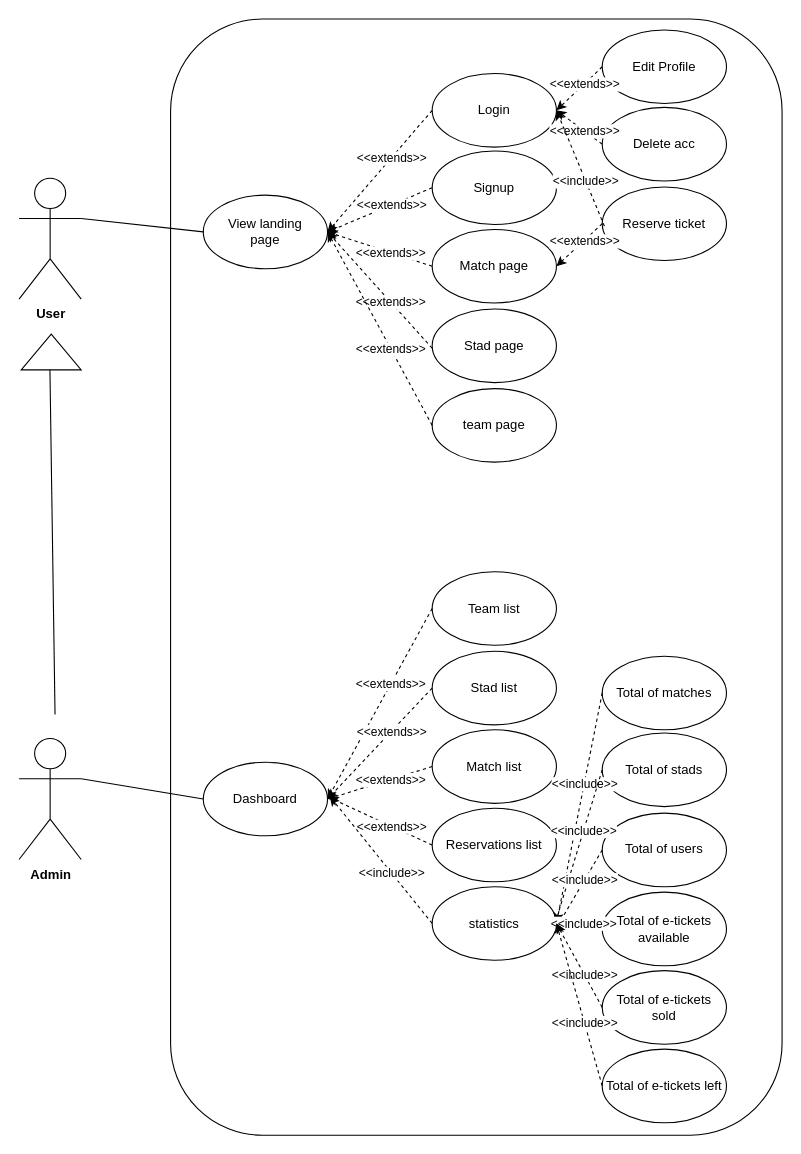
The draw.io diagram page "Page-2" (2 of 3) of UML/class diagram.drawio in ASMAEELKHIRAOUI/FIFA-WC-QATAR22, before the edit. Source tidied: cells renumbered, new cells numbered last; positions are measured from the earlier drawing's top-left corner, leaving out a move shared by most shapes. Both pictures are drawn from the tidied source at 109%, with x=0, y=0 at pixel (19, 19).
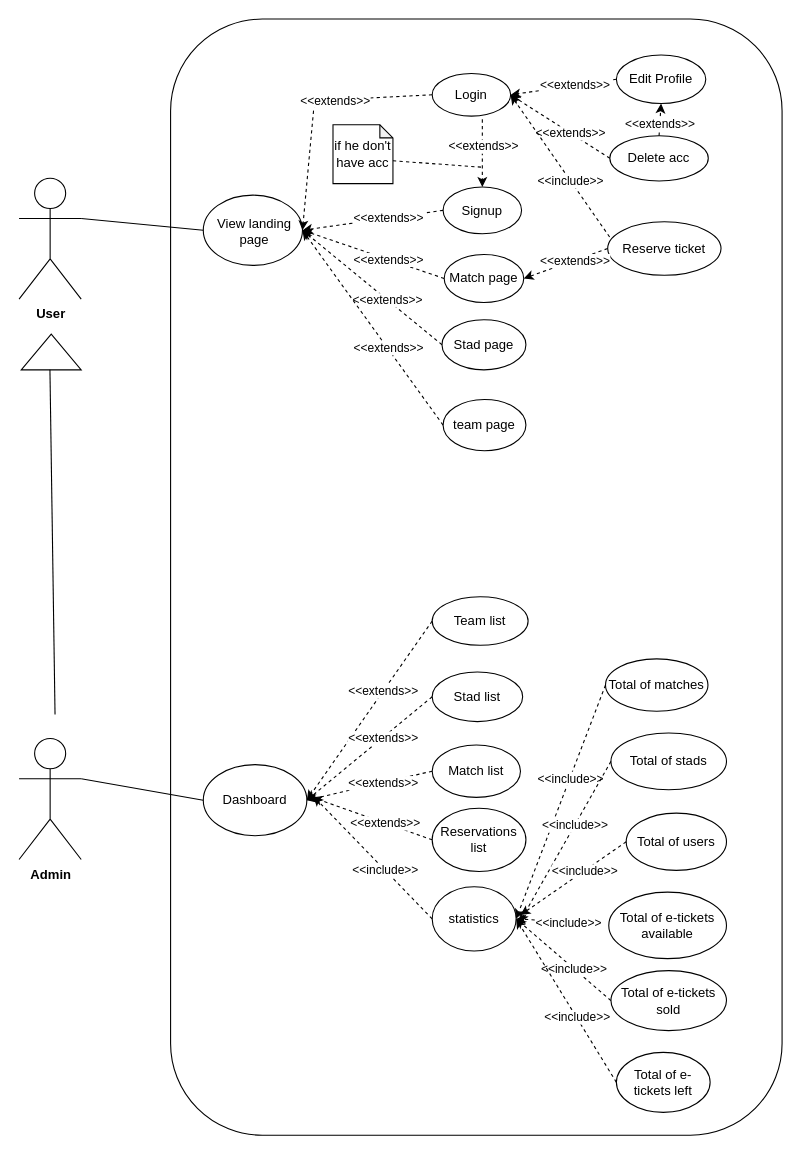
The same page after the edit.

Commit message:
diagramm class | use case | modify

Change to the diagram source:
```diff
@@
     <mxCell id="6" style="ellipse;whiteSpace=wrap;html=1;" parent="1" vertex="1">
-      <mxGeometry x="169" y="161.5" width="114" height="67.5" as="geometry" />
+      <mxGeometry x="169" y="161.5" width="91" height="64.5" as="geometry" />
     </mxCell>
     <mxCell id="7" value="View landing page" style="text;html=1;strokeColor=none;fillColor=none;align=center;verticalAlign=middle;whiteSpace=wrap;rounded=0;" parent="1" vertex="1">
-      <mxGeometry x="188" y="180.2" width="76" height="30" as="geometry" />
+      <mxGeometry x="178" y="180.2" width="76" height="30" as="geometry" />
     </mxCell>
     <mxCell id="8" value="Login" style="ellipse;whiteSpace=wrap;html=1;" parent="1" vertex="1">
-      <mxGeometry x="379" y="50" width="114" height="67.5" as="geometry" />
+      <mxGeometry x="379" y="50" width="72" height="39" as="geometry" />
     </mxCell>
     <mxCell id="9" value="Stad page" style="ellipse;whiteSpace=wrap;html=1;" parent="1" vertex="1">
-      <mxGeometry x="379" y="266" width="114" height="67.5" as="geometry" />
+      <mxGeometry x="388" y="275.8" width="77" height="46" as="geometry" />
     </mxCell>
     <mxCell id="10" value="Match page" style="ellipse;whiteSpace=wrap;html=1;" parent="1" vertex="1">
-      <mxGeometry x="379" y="193" width="114" height="67.5" as="geometry" />
+      <mxGeometry x="390" y="216" width="73" height="44" as="geometry" />
     </mxCell>
     <mxCell id="11" value="Signup" style="ellipse;whiteSpace=wrap;html=1;" parent="1" vertex="1">
-      <mxGeometry x="379" y="121" width="114" height="67.5" as="geometry" />
+      <mxGeometry x="389" y="154" width="72" height="43" as="geometry" />
     </mxCell>
     <mxCell id="12" value="team page" style="ellipse;whiteSpace=wrap;html=1;" parent="1" vertex="1">
-      <mxGeometry x="379" y="339" width="114" height="67.5" as="geometry" />
+      <mxGeometry x="389" y="349" width="76" height="47" as="geometry" />
     </mxCell>
     <mxCell id="13" value="Reserve ticket" style="ellipse;whiteSpace=wrap;html=1;" parent="1" vertex="1">
-      <mxGeometry x="535" y="154" width="114" height="67.5" as="geometry" />
+      <mxGeometry x="540" y="186" width="104" height="49" as="geometry" />
     </mxCell>
     <mxCell id="14" value="Delete acc" style="ellipse;whiteSpace=wrap;html=1;" parent="1" vertex="1">
-      <mxGeometry x="535" y="81" width="114" height="67.5" as="geometry" />
+      <mxGeometry x="542" y="107" width="90.3" height="41.5" as="geometry" />
     </mxCell>
     <mxCell id="15" value="Edit Profile" style="ellipse;whiteSpace=wrap;html=1;" parent="1" vertex="1">
-      <mxGeometry x="535" y="10" width="114" height="67.5" as="geometry" />
+      <mxGeometry x="548" y="33" width="82" height="44.5" as="geometry" />
     </mxCell>
     <mxCell id="16" style="html=1;labelBackgroundColor=#ffffff;startArrow=none;startFill=0;startSize=6;endArrow=classic;endFill=1;endSize=6;jettySize=auto;strokeWidth=1;dashed=1;fontSize=14;entryX=1;entryY=0.5;entryDx=0;entryDy=0;exitX=0;exitY=0.5;exitDx=0;exitDy=0;" parent="1" edge="1" source="8" target="6">
-      <mxGeometry relative="1" as="geometry" />
+      <mxGeometry relative="1" as="geometry">
+        <Array as="points">
+          <mxPoint x="271" y="75" />
+        </Array>
+      </mxGeometry>
     </mxCell>
@@
-    <mxCell id="22" style="html=1;labelBackgroundColor=#ffffff;startArrow=none;startFill=0;startSize=6;endArrow=classic;endFill=1;endSize=6;jettySize=auto;strokeWidth=1;dashed=1;fontSize=14;entryX=1;entryY=0.5;entryDx=0;entryDy=0;" parent="1" edge="1" target="6">
-      <mxGeometry relative="1" as="geometry">
-        <mxPoint x="379" y="302" as="sourcePoint" />
-      </mxGeometry>
+    <mxCell id="22" style="html=1;labelBackgroundColor=#ffffff;startArrow=none;startFill=0;startSize=6;endArrow=classic;endFill=1;endSize=6;jettySize=auto;strokeWidth=1;dashed=1;fontSize=14;entryX=1;entryY=0.5;entryDx=0;entryDy=0;exitX=0;exitY=0.5;exitDx=0;exitDy=0;" parent="1" edge="1" source="9" target="6">
+      <mxGeometry relative="1" as="geometry" />
     </mxCell>
@@
-    <mxCell id="32" style="html=1;labelBackgroundColor=#ffffff;startArrow=none;startFill=0;startSize=6;endArrow=classic;endFill=1;endSize=6;jettySize=auto;strokeWidth=1;dashed=1;fontSize=14;entryX=1;entryY=0.5;entryDx=0;entryDy=0;" parent="1" edge="1" target="8">
-      <mxGeometry relative="1" as="geometry">
-        <mxPoint x="537" y="190" as="sourcePoint" />
-      </mxGeometry>
+    <mxCell id="32" style="html=1;labelBackgroundColor=#ffffff;startArrow=none;startFill=0;startSize=6;endArrow=classic;endFill=1;endSize=6;jettySize=auto;strokeWidth=1;dashed=1;fontSize=14;entryX=1;entryY=0.5;entryDx=0;entryDy=0;exitX=0.017;exitY=0.284;exitDx=0;exitDy=0;exitPerimeter=0;" parent="1" edge="1" source="13" target="8">
+      <mxGeometry relative="1" as="geometry" />
     </mxCell>
@@
     <mxCell id="35" value="Dashboard" style="ellipse;whiteSpace=wrap;html=1;" parent="1" vertex="1">
-      <mxGeometry x="169" y="681.8" width="114" height="67.5" as="geometry" />
+      <mxGeometry x="169" y="684" width="95" height="65.2" as="geometry" />
     </mxCell>
     <mxCell id="36" value="statistics" style="ellipse;whiteSpace=wrap;html=1;" parent="1" vertex="1">
-      <mxGeometry x="379" y="796" width="114" height="67.5" as="geometry" />
+      <mxGeometry x="379" y="796" width="77" height="59" as="geometry" />
     </mxCell>
     <mxCell id="37" value="Team list" style="ellipse;whiteSpace=wrap;html=1;" parent="1" vertex="1">
-      <mxGeometry x="379" y="507" width="114" height="67.5" as="geometry" />
+      <mxGeometry x="379" y="530" width="88" height="44.5" as="geometry" />
     </mxCell>
     <mxCell id="38" value="Stad list" style="ellipse;whiteSpace=wrap;html=1;" parent="1" vertex="1">
-      <mxGeometry x="379" y="580" width="114" height="67.5" as="geometry" />
+      <mxGeometry x="379" y="599" width="83" height="45.5" as="geometry" />
     </mxCell>
     <mxCell id="39" value="Match list" style="ellipse;whiteSpace=wrap;html=1;" parent="1" vertex="1">
-      <mxGeometry x="379" y="652" width="114" height="67.5" as="geometry" />
+      <mxGeometry x="379" y="666" width="81" height="48" as="geometry" />
     </mxCell>
     <mxCell id="40" value="Reservations list" style="ellipse;whiteSpace=wrap;html=1;" parent="1" vertex="1">
-      <mxGeometry x="379" y="724" width="114" height="67.5" as="geometry" />
+      <mxGeometry x="379" y="724" width="86" height="58" as="geometry" />
     </mxCell>
     <mxCell id="41" value="Total of stads" style="ellipse;whiteSpace=wrap;html=1;" parent="1" vertex="1">
-      <mxGeometry x="535" y="655" width="114" height="67.5" as="geometry" />
+      <mxGeometry x="543" y="655" width="106" height="52" as="geometry" />
     </mxCell>
     <mxCell id="42" value="Total of matches" style="ellipse;whiteSpace=wrap;html=1;" parent="1" vertex="1">
-      <mxGeometry x="535" y="584.5" width="114" height="67.5" as="geometry" />
+      <mxGeometry x="538" y="587" width="94" height="48" as="geometry" />
     </mxCell>
     <mxCell id="43" value="Total of users" style="ellipse;whiteSpace=wrap;html=1;" parent="1" vertex="1">
-      <mxGeometry x="535" y="728.5" width="114" height="67.5" as="geometry" />
+      <mxGeometry x="557" y="728.5" width="92" height="52.5" as="geometry" />
     </mxCell>
     <mxCell id="44" value="Total of e-tickets available" style="ellipse;whiteSpace=wrap;html=1;" parent="1" vertex="1">
-      <mxGeometry x="535" y="801" width="114" height="67.5" as="geometry" />
+      <mxGeometry x="541" y="801" width="108" height="61" as="geometry" />
     </mxCell>
     <mxCell id="45" value="Total of e-tickets sold" style="ellipse;whiteSpace=wrap;html=1;" parent="1" vertex="1">
-      <mxGeometry x="535" y="873" width="114" height="67.5" as="geometry" />
+      <mxGeometry x="543" y="873" width="106" height="55" as="geometry" />
     </mxCell>
     <mxCell id="46" value="Total of e-tickets left" style="ellipse;whiteSpace=wrap;html=1;" parent="1" vertex="1">
-      <mxGeometry x="535" y="945" width="114" height="67.5" as="geometry" />
+      <mxGeometry x="548" y="948" width="86" height="55" as="geometry" />
     </mxCell>
@@
     <mxCell id="55" style="html=1;labelBackgroundColor=#ffffff;startArrow=none;startFill=0;startSize=6;endArrow=classic;endFill=1;endSize=6;jettySize=auto;strokeWidth=1;dashed=1;fontSize=14;exitX=0;exitY=0.5;exitDx=0;exitDy=0;" parent="1" edge="1" source="40">
       <mxGeometry relative="1" as="geometry">
-        <mxPoint x="284" y="714" as="targetPoint" />
+        <mxPoint x="269" y="714" as="targetPoint" />
       </mxGeometry>
     </mxCell>
@@
     <mxCell id="57" style="html=1;labelBackgroundColor=#ffffff;startArrow=none;startFill=0;startSize=6;endArrow=classic;endFill=1;endSize=6;jettySize=auto;strokeWidth=1;dashed=1;fontSize=14;exitX=0;exitY=0.5;exitDx=0;exitDy=0;" parent="1" edge="1" source="36">
       <mxGeometry relative="1" as="geometry">
-        <mxPoint x="285" y="713" as="targetPoint" />
+        <mxPoint x="270" y="713" as="targetPoint" />
       </mxGeometry>
     </mxCell>
@@
     <mxCell id="59" style="html=1;labelBackgroundColor=#ffffff;startArrow=none;startFill=0;startSize=6;endArrow=classic;endFill=1;endSize=6;jettySize=auto;strokeWidth=1;dashed=1;fontSize=14;exitX=0;exitY=0.5;exitDx=0;exitDy=0;" parent="1" edge="1" source="41">
       <mxGeometry relative="1" as="geometry">
-        <mxPoint x="492" y="829" as="targetPoint" />
+        <mxPoint x="459" y="829" as="targetPoint" />
       </mxGeometry>
     </mxCell>
@@
     <mxCell id="61" style="html=1;labelBackgroundColor=#ffffff;startArrow=none;startFill=0;startSize=6;endArrow=classic;endFill=1;endSize=6;jettySize=auto;strokeWidth=1;dashed=1;fontSize=14;exitX=0;exitY=0.5;exitDx=0;exitDy=0;" parent="1" edge="1" source="43">
       <mxGeometry relative="1" as="geometry">
-        <mxPoint x="494" y="832" as="targetPoint" />
+        <mxPoint x="460" y="822" as="targetPoint" />
       </mxGeometry>
     </mxCell>
@@
+    <mxCell id="71" style="html=1;labelBackgroundColor=#ffffff;startArrow=none;startFill=0;startSize=6;endArrow=classic;endFill=1;endSize=6;jettySize=auto;strokeWidth=1;dashed=1;fontSize=14;exitX=0.5;exitY=0;exitDx=0;exitDy=0;entryX=0.5;entryY=1;entryDx=0;entryDy=0;" parent="1" edge="1" source="14" target="15">
+      <mxGeometry relative="1" as="geometry" />
+    </mxCell>
+    <mxCell id="72" value="&amp;lt;&amp;lt;extends&amp;gt;&amp;gt;" style="edgeLabel;html=1;align=center;verticalAlign=middle;" parent="71" vertex="1">
+      <mxGeometry x="-0.21" relative="1" as="geometry" />
+    </mxCell>
+    <mxCell id="73" style="html=1;labelBackgroundColor=#ffffff;startArrow=none;startFill=0;startSize=6;endArrow=classic;endFill=1;endSize=6;jettySize=auto;strokeWidth=1;dashed=1;fontSize=14;entryX=0.5;entryY=0;entryDx=0;entryDy=0;" parent="1" edge="1" target="11">
+      <mxGeometry relative="1" as="geometry">
+        <mxPoint x="425" y="92" as="sourcePoint" />
+      </mxGeometry>
+    </mxCell>
+    <mxCell id="74" value="&amp;lt;&amp;lt;extends&amp;gt;&amp;gt;" style="edgeLabel;html=1;align=center;verticalAlign=middle;" parent="73" vertex="1">
+      <mxGeometry x="-0.21" relative="1" as="geometry" />
+    </mxCell>
+    <mxCell id="75" value="if he don't have acc" style="shape=note;whiteSpace=wrap;html=1;backgroundOutline=1;darkOpacity=0.05;size=12;" parent="1" vertex="1">
+      <mxGeometry x="288" y="97" width="55" height="54" as="geometry" />
+    </mxCell>
+    <mxCell id="76" style="endArrow=none;dashed=1;html=1;exitX=0;exitY=0;exitDx=55;exitDy=33;exitPerimeter=0;" parent="1" edge="1" source="75">
+      <mxGeometry relative="1" as="geometry">
+        <mxPoint x="426" y="136" as="targetPoint" />
+      </mxGeometry>
+    </mxCell>
```
